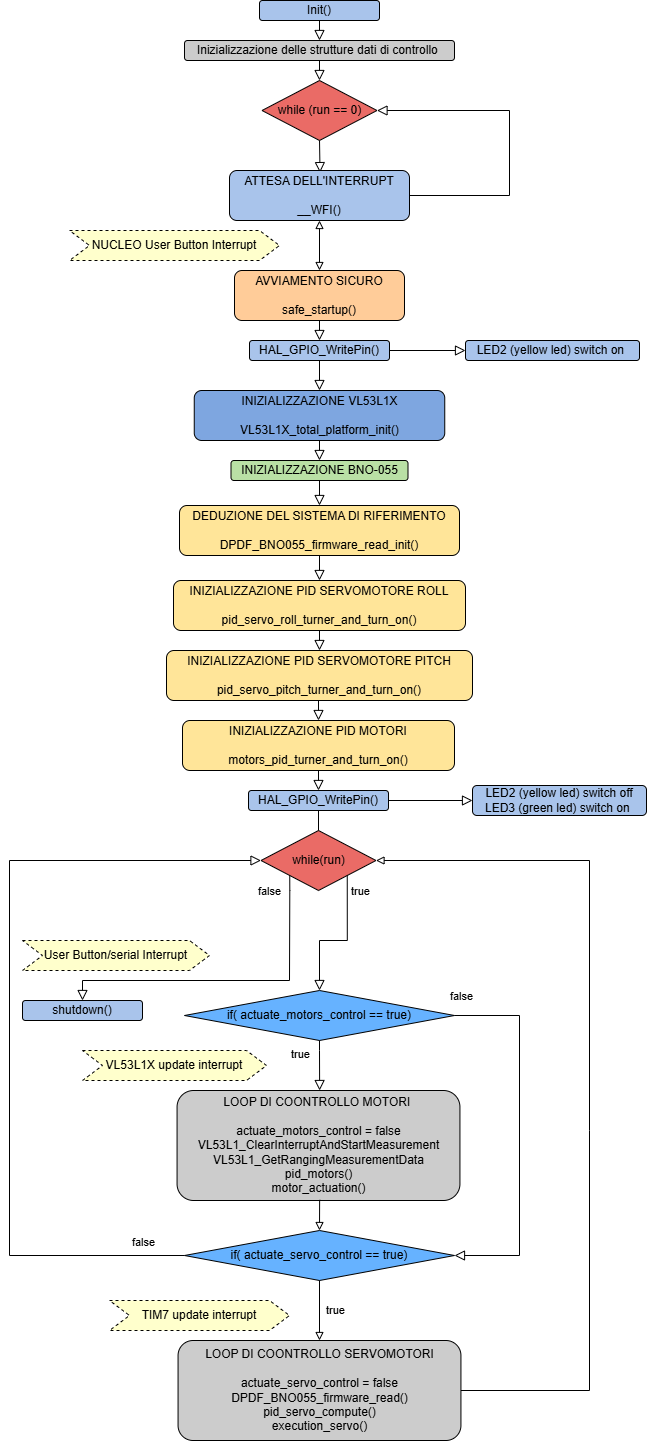
Earlier version of the draw.io export relazione/corrente/figures/03_software/diagramma_di_flusso_generale.png (diego-tag/ducted-fan). Source tidied: cells renumbered, new cells last; positions are measured from the earlier drawing's top-left corner, leaving out a move shared by most shapes.
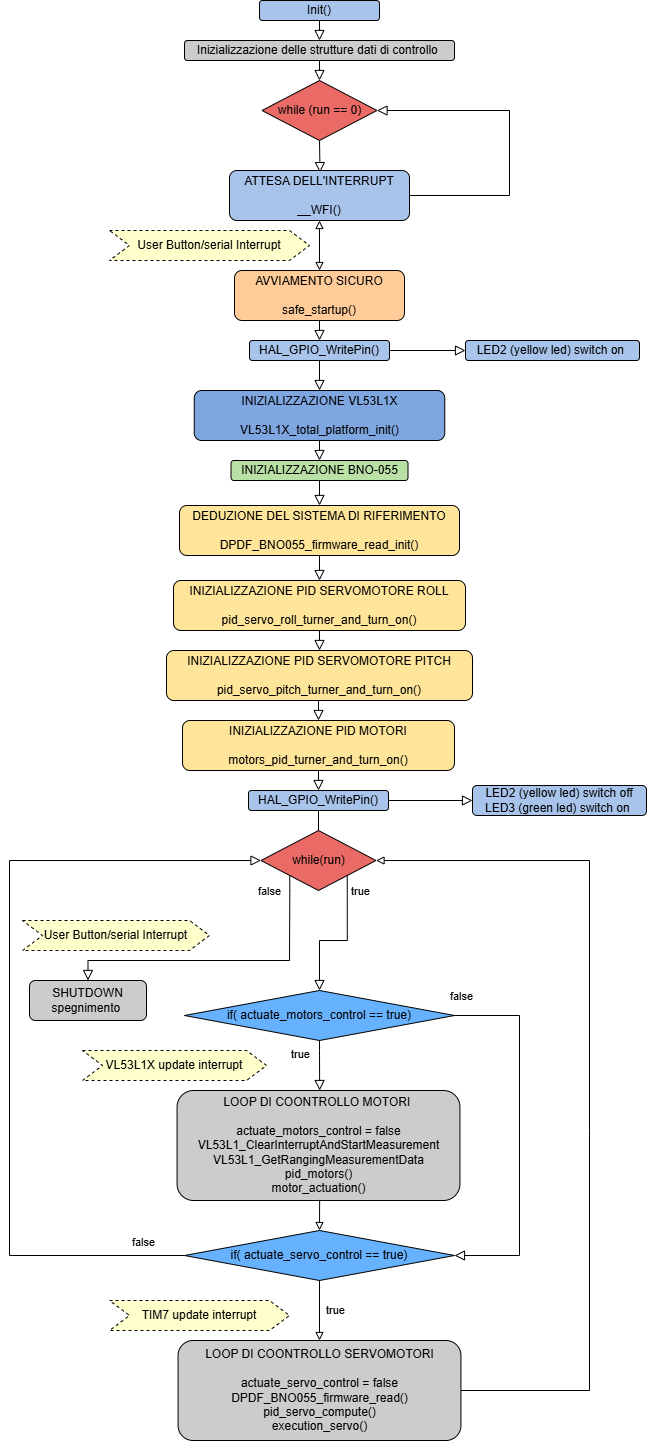
Above is the later version.

Commit message:
daigramma flusso

Diff of the diagram source:
```diff
@@ -35,8 +35,8 @@
         </Array>
       </mxGeometry>
     </mxCell>
-    <mxCell id="10" value="NUCLEO User Button Interrupt" style="shape=step;perimeter=stepPerimeter;whiteSpace=wrap;html=1;fixedSize=1;dashed=1;fillColor=#FFFFCC;" parent="1" vertex="1">
-      <mxGeometry x="60" y="230" width="210" height="30" as="geometry" />
+    <mxCell id="10" value="User Button/serial Interrupt" style="shape=step;perimeter=stepPerimeter;whiteSpace=wrap;html=1;fixedSize=1;dashed=1;fillColor=#FFFFCC;" parent="1" vertex="1">
+      <mxGeometry x="100" y="230" width="200" height="30" as="geometry" />
     </mxCell>
     <mxCell id="11" style="endArrow=block;startArrow=block;html=1;rounded=0;startFill=0;endFill=0;exitX=0.5;exitY=0;exitDx=0;exitDy=0;entryX=0.5;entryY=1;entryDx=0;entryDy=0;" parent="1" edge="1" source="12" target="8">
       <mxGeometry relative="1" as="geometry" />
@@ -158,24 +158,24 @@
       <mxGeometry x="167.6" y="1090" width="282.9" height="110" as="geometry" />
     </mxCell>
     <mxCell id="44" value="User Button/serial Interrupt" style="shape=step;perimeter=stepPerimeter;whiteSpace=wrap;html=1;fixedSize=1;dashed=1;fillColor=#FFFFCC;" parent="1" vertex="1">
-      <mxGeometry x="13" y="940" width="187" height="30" as="geometry" />
+      <mxGeometry x="13" y="920" width="187" height="30" as="geometry" />
     </mxCell>
     <mxCell id="45" style="rounded=0;html=1;jettySize=auto;fontSize=11;endArrow=block;endFill=0;endSize=8;strokeWidth=1;shadow=0;labelBackgroundColor=none;edgeStyle=orthogonalEdgeStyle;entryX=0.5;entryY=0;entryDx=0;entryDy=0;exitX=0;exitY=1;exitDx=0;exitDy=0;" parent="1" edge="1" source="29" target="47">
       <mxGeometry relative="1" as="geometry">
         <Array as="points">
           <mxPoint x="280" y="890" />
-          <mxPoint x="280" y="980" />
-          <mxPoint x="73" y="980" />
+          <mxPoint x="280" y="960" />
+          <mxPoint x="71" y="960" />
         </Array>
       </mxGeometry>
     </mxCell>
     <mxCell id="46" value="true" style="edgeLabel;html=1;align=center;verticalAlign=middle;" parent="45" vertex="1">
       <mxGeometry x="-0.18" y="-4" relative="1" as="geometry">
-        <mxPoint x="101" y="-86" as="offset" />
+        <mxPoint x="111" y="-66" as="offset" />
       </mxGeometry>
     </mxCell>
-    <mxCell id="47" value="shutdown()" style="rounded=1;whiteSpace=wrap;html=1;fillColor=#A9C4EB;" parent="1" vertex="1">
-      <mxGeometry x="13" y="1000" width="120" height="20" as="geometry" />
+    <mxCell id="47" value="SHUTDOWN&lt;div&gt;spegnimento&amp;nbsp;&lt;/div&gt;" style="rounded=1;whiteSpace=wrap;html=1;fillColor=light-dark(#CCCCCC,#CCCCCC);" parent="1" vertex="1">
+      <mxGeometry x="20" y="980" width="117" height="40" as="geometry" />
     </mxCell>
     <mxCell id="48" value="if( actuate_servo_control == true)" style="rhombus;whiteSpace=wrap;html=1;fillColor=#66B2FF;" parent="1" vertex="1">
       <mxGeometry x="175" y="1230" width="270" height="50" as="geometry" />
```
